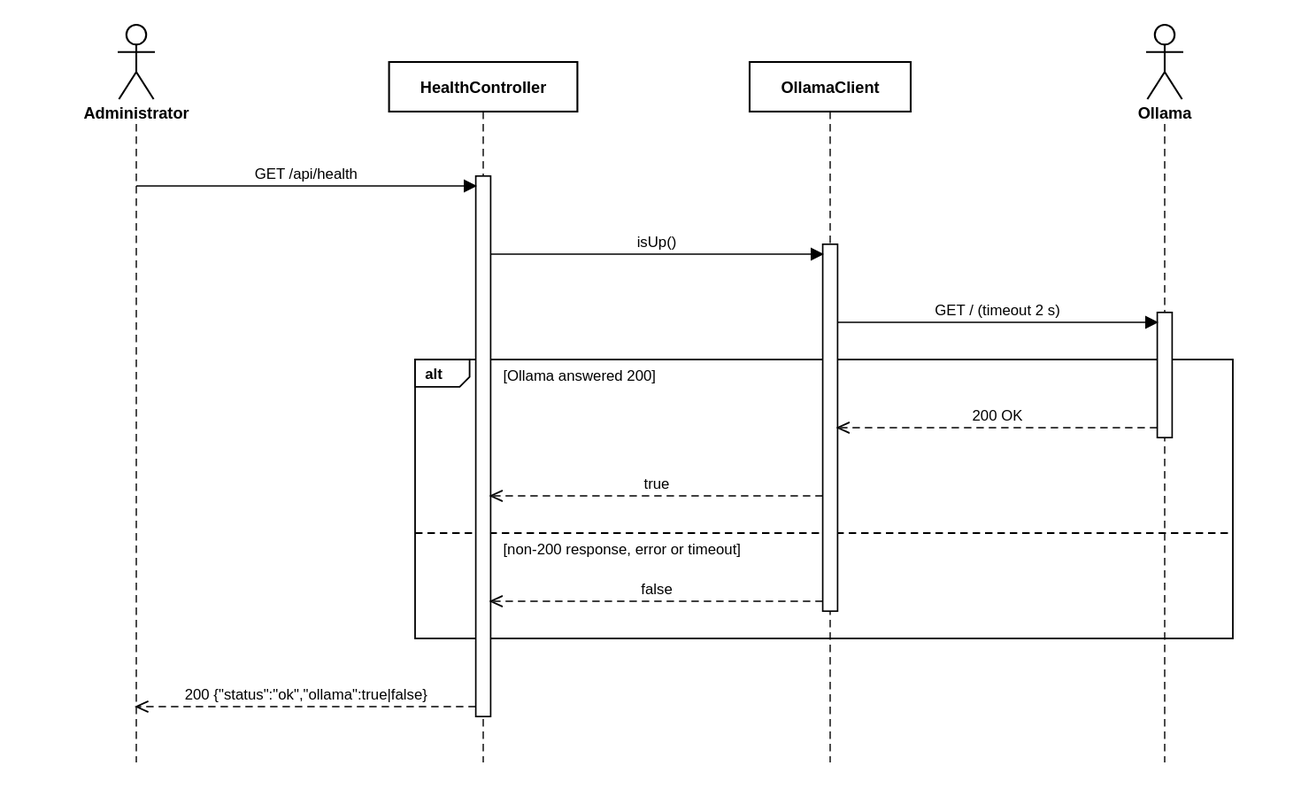
The draw.io diagram docs/uml/seq-check-health.drawio.svg in setrios/parallel-inverted-index-search-llm, before a commit. Source tidied: cells renumbered, new cells last; positions are measured from the earlier drawing's top-left corner, leaving out a move shared by most shapes. The source it was exported from:
```xml
<mxGraphModel>
  <root>
    <mxCell id="0" />
    <mxCell id="1" parent="0" />
    <mxCell id="2" value="Administrator" style="shape=umlActor;verticalLabelPosition=bottom;verticalAlign=top;html=1;fontStyle=1;" parent="1" vertex="1">
      <mxGeometry width="30" height="60" as="geometry" />
    </mxCell>
    <mxCell id="3" style="endArrow=none;dashed=1;html=1;" parent="1" edge="1">
      <mxGeometry relative="1" as="geometry">
        <mxPoint x="15" y="80" as="sourcePoint" />
        <mxPoint x="15" y="595" as="targetPoint" />
      </mxGeometry>
    </mxCell>
    <mxCell id="4" value="HealthController" style="shape=umlLifeline;perimeter=lifelinePerimeter;whiteSpace=wrap;html=1;size=40;fontStyle=1;" parent="1" vertex="1">
      <mxGeometry x="219" y="30" width="152" height="565" as="geometry" />
    </mxCell>
    <mxCell id="5" value="OllamaClient" style="shape=umlLifeline;perimeter=lifelinePerimeter;whiteSpace=wrap;html=1;size=40;fontStyle=1;" parent="1" vertex="1">
      <mxGeometry x="510" y="30" width="130" height="565" as="geometry" />
    </mxCell>
    <mxCell id="6" value="Ollama" style="shape=umlActor;verticalLabelPosition=bottom;verticalAlign=top;html=1;fontStyle=1;" parent="1" vertex="1">
      <mxGeometry x="830" width="30" height="60" as="geometry" />
    </mxCell>
    <mxCell id="7" style="endArrow=none;dashed=1;html=1;" parent="1" edge="1">
      <mxGeometry relative="1" as="geometry">
        <mxPoint x="845" y="80" as="sourcePoint" />
        <mxPoint x="845" y="595" as="targetPoint" />
      </mxGeometry>
    </mxCell>
    <mxCell id="8" value="alt" style="shape=umlFrame;whiteSpace=wrap;html=1;width=44;height=22;fillColor=none;fontStyle=1;" parent="1" vertex="1">
      <mxGeometry x="240" y="270" width="660" height="225" as="geometry" />
    </mxCell>
    <mxCell id="9" value="[Ollama answered 200]" style="text;html=1;align=left;verticalAlign=middle;" parent="1" vertex="1">
      <mxGeometry x="311" y="274" width="260" height="18" as="geometry" />
    </mxCell>
    <mxCell id="10" value="[non-200 response, error or timeout]" style="text;html=1;align=left;verticalAlign=middle;" parent="1" vertex="1">
      <mxGeometry x="311" y="414" width="260" height="18" as="geometry" />
    </mxCell>
    <mxCell id="11" style="endArrow=none;dashed=1;html=1;" parent="1" edge="1">
      <mxGeometry relative="1" as="geometry">
        <mxPoint x="240" y="410" as="sourcePoint" />
        <mxPoint x="900" y="410" as="targetPoint" />
      </mxGeometry>
    </mxCell>
    <mxCell id="12" style="html=1;" parent="1" vertex="1">
      <mxGeometry x="289" y="122" width="12" height="436" as="geometry" />
    </mxCell>
    <mxCell id="13" style="html=1;" parent="1" vertex="1">
      <mxGeometry x="569" y="177" width="12" height="296" as="geometry" />
    </mxCell>
    <mxCell id="14" style="html=1;" parent="1" vertex="1">
      <mxGeometry x="839" y="232" width="12" height="101" as="geometry" />
    </mxCell>
    <mxCell id="15" value="GET /api/health" style="html=1;verticalAlign=bottom;endArrow=block;endFill=1;edgeStyle=none;" parent="1" edge="1">
      <mxGeometry relative="1" as="geometry">
        <mxPoint x="15" y="130" as="sourcePoint" />
        <mxPoint x="289" y="130" as="targetPoint" />
      </mxGeometry>
    </mxCell>
    <mxCell id="16" value="isUp()" style="html=1;verticalAlign=bottom;endArrow=block;endFill=1;edgeStyle=none;" parent="1" edge="1">
      <mxGeometry relative="1" as="geometry">
        <mxPoint x="301" y="185" as="sourcePoint" />
        <mxPoint x="569" y="185" as="targetPoint" />
      </mxGeometry>
    </mxCell>
    <mxCell id="17" value="GET / (timeout 2 s)" style="html=1;verticalAlign=bottom;endArrow=block;endFill=1;edgeStyle=none;" parent="1" edge="1">
      <mxGeometry relative="1" as="geometry">
        <mxPoint x="581" y="240" as="sourcePoint" />
        <mxPoint x="839" y="240" as="targetPoint" />
      </mxGeometry>
    </mxCell>
    <mxCell id="18" value="200 OK" style="html=1;verticalAlign=bottom;endArrow=open;endFill=0;dashed=1;edgeStyle=none;" parent="1" edge="1">
      <mxGeometry relative="1" as="geometry">
        <mxPoint x="839" y="325" as="sourcePoint" />
        <mxPoint x="581" y="325" as="targetPoint" />
      </mxGeometry>
    </mxCell>
    <mxCell id="19" value="true" style="html=1;verticalAlign=bottom;endArrow=open;endFill=0;dashed=1;edgeStyle=none;" parent="1" edge="1">
      <mxGeometry relative="1" as="geometry">
        <mxPoint x="569" y="380" as="sourcePoint" />
        <mxPoint x="301" y="380" as="targetPoint" />
      </mxGeometry>
    </mxCell>
    <mxCell id="20" value="false" style="html=1;verticalAlign=bottom;endArrow=open;endFill=0;dashed=1;edgeStyle=none;" parent="1" edge="1">
      <mxGeometry relative="1" as="geometry">
        <mxPoint x="569" y="465" as="sourcePoint" />
        <mxPoint x="301" y="465" as="targetPoint" />
      </mxGeometry>
    </mxCell>
    <mxCell id="21" value="200 {&quot;status&quot;:&quot;ok&quot;,&quot;ollama&quot;:true|false}" style="html=1;verticalAlign=bottom;endArrow=open;endFill=0;dashed=1;edgeStyle=none;" parent="1" edge="1">
      <mxGeometry relative="1" as="geometry">
        <mxPoint x="289" y="550" as="sourcePoint" />
        <mxPoint x="15" y="550" as="targetPoint" />
      </mxGeometry>
    </mxCell>
  </root>
</mxGraphModel>
```
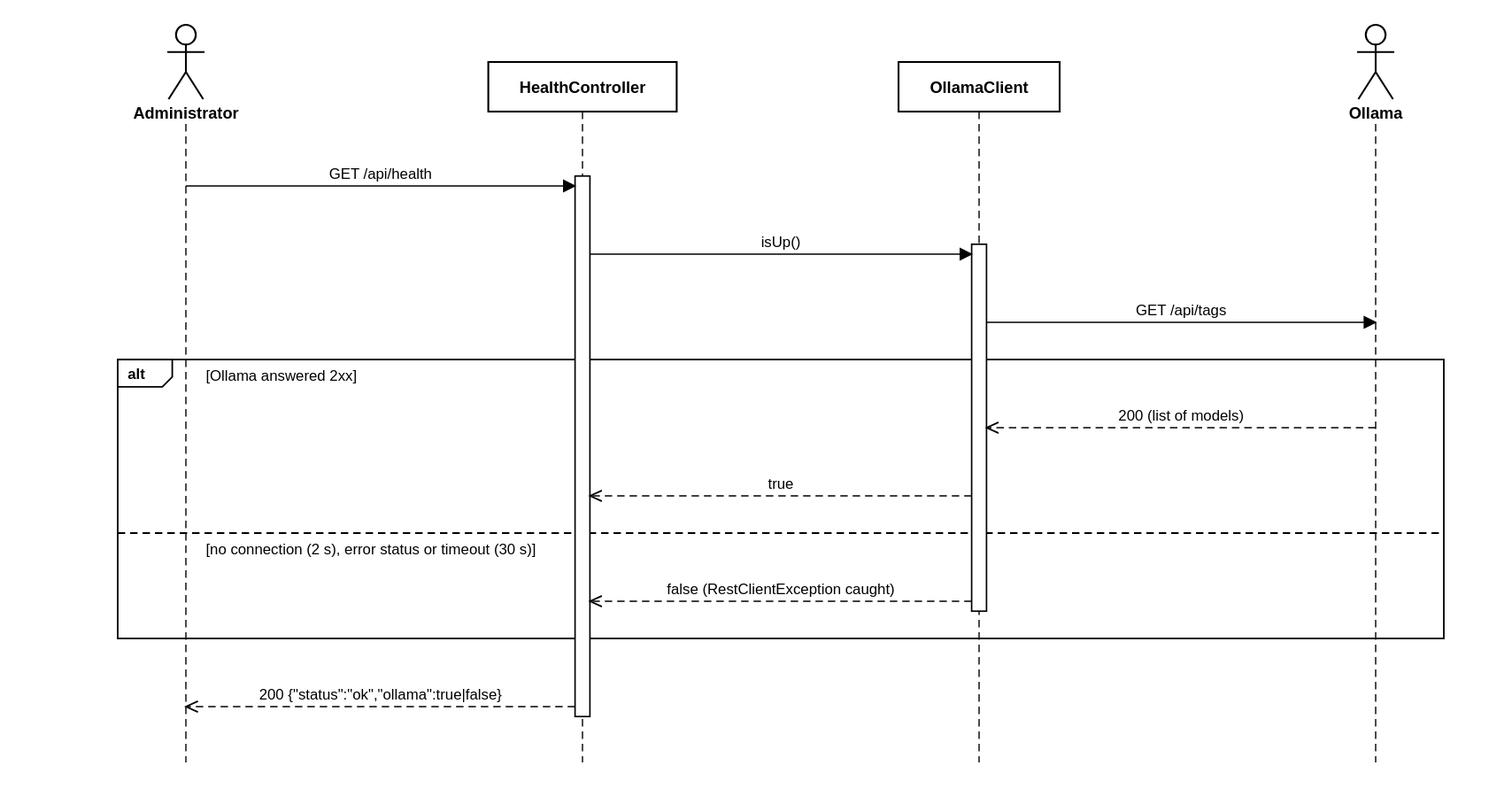
The same file after the commit.

Change to the diagram source:
```diff
@@ -3,93 +3,90 @@
     <mxCell id="0" />
     <mxCell id="1" parent="0" />
     <mxCell id="2" value="Administrator" style="shape=umlActor;verticalLabelPosition=bottom;verticalAlign=top;html=1;fontStyle=1;" parent="1" vertex="1">
-      <mxGeometry width="30" height="60" as="geometry" />
+      <mxGeometry x="40" width="30" height="60" as="geometry" />
     </mxCell>
     <mxCell id="3" style="endArrow=none;dashed=1;html=1;" parent="1" edge="1">
       <mxGeometry relative="1" as="geometry">
-        <mxPoint x="15" y="80" as="sourcePoint" />
-        <mxPoint x="15" y="595" as="targetPoint" />
+        <mxPoint x="55" y="80" as="sourcePoint" />
+        <mxPoint x="55" y="595" as="targetPoint" />
       </mxGeometry>
     </mxCell>
     <mxCell id="4" value="HealthController" style="shape=umlLifeline;perimeter=lifelinePerimeter;whiteSpace=wrap;html=1;size=40;fontStyle=1;" parent="1" vertex="1">
-      <mxGeometry x="219" y="30" width="152" height="565" as="geometry" />
+      <mxGeometry x="299" y="30" width="152" height="565" as="geometry" />
     </mxCell>
     <mxCell id="5" value="OllamaClient" style="shape=umlLifeline;perimeter=lifelinePerimeter;whiteSpace=wrap;html=1;size=40;fontStyle=1;" parent="1" vertex="1">
-      <mxGeometry x="510" y="30" width="130" height="565" as="geometry" />
+      <mxGeometry x="630" y="30" width="130" height="565" as="geometry" />
     </mxCell>
     <mxCell id="6" value="Ollama" style="shape=umlActor;verticalLabelPosition=bottom;verticalAlign=top;html=1;fontStyle=1;" parent="1" vertex="1">
-      <mxGeometry x="830" width="30" height="60" as="geometry" />
+      <mxGeometry x="1000" width="30" height="60" as="geometry" />
     </mxCell>
     <mxCell id="7" style="endArrow=none;dashed=1;html=1;" parent="1" edge="1">
       <mxGeometry relative="1" as="geometry">
-        <mxPoint x="845" y="80" as="sourcePoint" />
-        <mxPoint x="845" y="595" as="targetPoint" />
+        <mxPoint x="1015" y="80" as="sourcePoint" />
+        <mxPoint x="1015" y="595" as="targetPoint" />
       </mxGeometry>
     </mxCell>
     <mxCell id="8" value="alt" style="shape=umlFrame;whiteSpace=wrap;html=1;width=44;height=22;fillColor=none;fontStyle=1;" parent="1" vertex="1">
-      <mxGeometry x="240" y="270" width="660" height="225" as="geometry" />
+      <mxGeometry y="270" width="1070" height="225" as="geometry" />
     </mxCell>
-    <mxCell id="9" value="[Ollama answered 200]" style="text;html=1;align=left;verticalAlign=middle;" parent="1" vertex="1">
-      <mxGeometry x="311" y="274" width="260" height="18" as="geometry" />
+    <mxCell id="9" value="[Ollama answered 2xx]" style="text;html=1;align=left;verticalAlign=middle;" parent="1" vertex="1">
+      <mxGeometry x="71" y="274" width="260" height="18" as="geometry" />
     </mxCell>
-    <mxCell id="10" value="[non-200 response, error or timeout]" style="text;html=1;align=left;verticalAlign=middle;" parent="1" vertex="1">
-      <mxGeometry x="311" y="414" width="260" height="18" as="geometry" />
+    <mxCell id="10" value="[no connection (2 s), error status or timeout (30 s)]" style="text;html=1;align=left;verticalAlign=middle;" parent="1" vertex="1">
+      <mxGeometry x="71" y="414" width="260" height="18" as="geometry" />
     </mxCell>
     <mxCell id="11" style="endArrow=none;dashed=1;html=1;" parent="1" edge="1">
       <mxGeometry relative="1" as="geometry">
-        <mxPoint x="240" y="410" as="sourcePoint" />
-        <mxPoint x="900" y="410" as="targetPoint" />
+        <mxPoint y="410" as="sourcePoint" />
+        <mxPoint x="1070" y="410" as="targetPoint" />
       </mxGeometry>
     </mxCell>
     <mxCell id="12" style="html=1;" parent="1" vertex="1">
-      <mxGeometry x="289" y="122" width="12" height="436" as="geometry" />
+      <mxGeometry x="369" y="122" width="12" height="436" as="geometry" />
     </mxCell>
     <mxCell id="13" style="html=1;" parent="1" vertex="1">
-      <mxGeometry x="569" y="177" width="12" height="296" as="geometry" />
+      <mxGeometry x="689" y="177" width="12" height="296" as="geometry" />
     </mxCell>
-    <mxCell id="14" style="html=1;" parent="1" vertex="1">
-      <mxGeometry x="839" y="232" width="12" height="101" as="geometry" />
-    </mxCell>
     <mxCell id="15" value="GET /api/health" style="html=1;verticalAlign=bottom;endArrow=block;endFill=1;edgeStyle=none;" parent="1" edge="1">
       <mxGeometry relative="1" as="geometry">
-        <mxPoint x="15" y="130" as="sourcePoint" />
-        <mxPoint x="289" y="130" as="targetPoint" />
+        <mxPoint x="55" y="130" as="sourcePoint" />
+        <mxPoint x="369" y="130" as="targetPoint" />
       </mxGeometry>
     </mxCell>
     <mxCell id="16" value="isUp()" style="html=1;verticalAlign=bottom;endArrow=block;endFill=1;edgeStyle=none;" parent="1" edge="1">
       <mxGeometry relative="1" as="geometry">
-        <mxPoint x="301" y="185" as="sourcePoint" />
-        <mxPoint x="569" y="185" as="targetPoint" />
+        <mxPoint x="381" y="185" as="sourcePoint" />
+        <mxPoint x="689" y="185" as="targetPoint" />
       </mxGeometry>
     </mxCell>
-    <mxCell id="17" value="GET / (timeout 2 s)" style="html=1;verticalAlign=bottom;endArrow=block;endFill=1;edgeStyle=none;" parent="1" edge="1">
+    <mxCell id="17" value="GET /api/tags" style="html=1;verticalAlign=bottom;endArrow=block;endFill=1;edgeStyle=none;" parent="1" edge="1">
       <mxGeometry relative="1" as="geometry">
-        <mxPoint x="581" y="240" as="sourcePoint" />
-        <mxPoint x="839" y="240" as="targetPoint" />
+        <mxPoint x="701" y="240" as="sourcePoint" />
+        <mxPoint x="1015" y="240" as="targetPoint" />
       </mxGeometry>
     </mxCell>
-    <mxCell id="18" value="200 OK" style="html=1;verticalAlign=bottom;endArrow=open;endFill=0;dashed=1;edgeStyle=none;" parent="1" edge="1">
+    <mxCell id="18" value="200 (list of models)" style="html=1;verticalAlign=bottom;endArrow=open;endFill=0;dashed=1;edgeStyle=none;" parent="1" edge="1">
       <mxGeometry relative="1" as="geometry">
-        <mxPoint x="839" y="325" as="sourcePoint" />
-        <mxPoint x="581" y="325" as="targetPoint" />
+        <mxPoint x="1015" y="325" as="sourcePoint" />
+        <mxPoint x="701" y="325" as="targetPoint" />
       </mxGeometry>
     </mxCell>
     <mxCell id="19" value="true" style="html=1;verticalAlign=bottom;endArrow=open;endFill=0;dashed=1;edgeStyle=none;" parent="1" edge="1">
       <mxGeometry relative="1" as="geometry">
-        <mxPoint x="569" y="380" as="sourcePoint" />
-        <mxPoint x="301" y="380" as="targetPoint" />
+        <mxPoint x="689" y="380" as="sourcePoint" />
+        <mxPoint x="381" y="380" as="targetPoint" />
       </mxGeometry>
     </mxCell>
-    <mxCell id="20" value="false" style="html=1;verticalAlign=bottom;endArrow=open;endFill=0;dashed=1;edgeStyle=none;" parent="1" edge="1">
+    <mxCell id="20" value="false (RestClientException caught)" style="html=1;verticalAlign=bottom;endArrow=open;endFill=0;dashed=1;edgeStyle=none;" parent="1" edge="1">
       <mxGeometry relative="1" as="geometry">
-        <mxPoint x="569" y="465" as="sourcePoint" />
-        <mxPoint x="301" y="465" as="targetPoint" />
+        <mxPoint x="689" y="465" as="sourcePoint" />
+        <mxPoint x="381" y="465" as="targetPoint" />
       </mxGeometry>
     </mxCell>
     <mxCell id="21" value="200 {&quot;status&quot;:&quot;ok&quot;,&quot;ollama&quot;:true|false}" style="html=1;verticalAlign=bottom;endArrow=open;endFill=0;dashed=1;edgeStyle=none;" parent="1" edge="1">
       <mxGeometry relative="1" as="geometry">
-        <mxPoint x="289" y="550" as="sourcePoint" />
-        <mxPoint x="15" y="550" as="targetPoint" />
+        <mxPoint x="369" y="550" as="sourcePoint" />
+        <mxPoint x="55" y="550" as="targetPoint" />
       </mxGeometry>
     </mxCell>
   </root>
```
